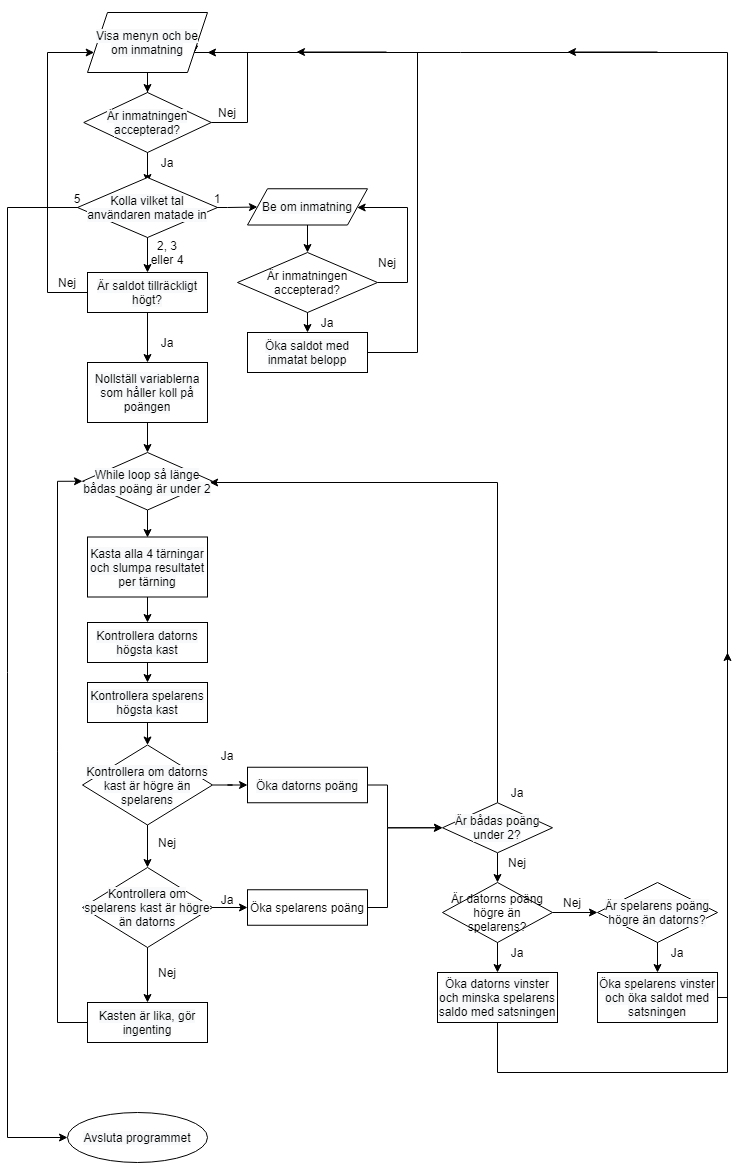
Before: Inlämningsuppgift 1/Flödesdiagram.png, a diagram exported from draw.io (Sam-mariehamn/IT120G). Source tidied: cells renumbered, new cells last; positions are measured from the earlier drawing's top-left corner, leaving out a move shared by most shapes.
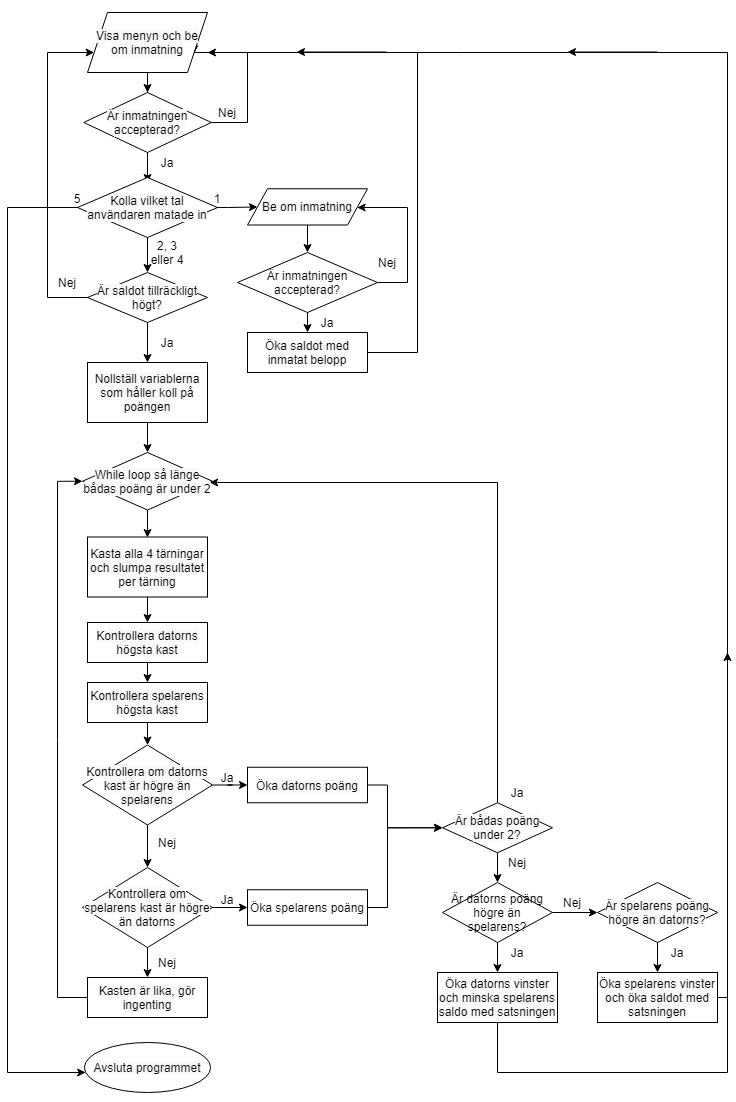
Above is the later version.

Diff of the diagram source:
```diff
@@ -39,7 +39,7 @@
         <mxPoint x="80" y="195" as="sourcePoint" />
         <Array as="points">
           <mxPoint y="195" />
-          <mxPoint y="1125" />
+          <mxPoint y="1060" />
         </Array>
       </mxGeometry>
     </mxCell>
@@ -49,17 +49,17 @@
     <mxCell id="9" value="Nej" style="text;html=1;strokeColor=none;fillColor=none;align=center;verticalAlign=middle;whiteSpace=wrap;rounded=0;" parent="1" vertex="1">
       <mxGeometry x="200" y="90" width="40" height="20" as="geometry" />
     </mxCell>
-    <mxCell id="10" style="edgeStyle=orthogonalEdgeStyle;rounded=0;jettySize=auto;html=1;" parent="1" edge="1" target="50">
+    <mxCell id="10" style="edgeStyle=orthogonalEdgeStyle;rounded=0;jettySize=auto;html=1;" parent="1" edge="1" source="57" target="50">
       <mxGeometry relative="1" as="geometry">
-        <mxPoint x="80" y="280" as="sourcePoint" />
         <Array as="points">
-          <mxPoint x="40" y="280" />
+          <mxPoint x="40" y="285" />
           <mxPoint x="40" y="40" />
         </Array>
       </mxGeometry>
     </mxCell>
-    <mxCell id="11" style="edgeStyle=orthogonalEdgeStyle;rounded=0;jettySize=auto;html=1;exitX=0.5;exitY=1;exitDx=0;exitDy=0;" parent="1" edge="1" source="57">
+    <mxCell id="11" style="edgeStyle=orthogonalEdgeStyle;rounded=0;orthogonalLoop=1;jettySize=auto;html=1;exitX=0.5;exitY=1;exitDx=0;exitDy=0;" parent="1" edge="1">
       <mxGeometry relative="1" as="geometry">
+        <mxPoint x="140" y="300" as="sourcePoint" />
         <mxPoint x="140" y="350" as="targetPoint" />
       </mxGeometry>
     </mxCell>
@@ -154,7 +154,7 @@
       </mxGeometry>
     </mxCell>
     <mxCell id="29" value="Ja" style="text;html=1;strokeColor=none;fillColor=none;align=center;verticalAlign=middle;whiteSpace=wrap;rounded=0;" parent="1" vertex="1">
-      <mxGeometry x="200" y="732.5" width="40" height="20" as="geometry" />
+      <mxGeometry x="200" y="754.8" width="40" height="20" as="geometry" />
     </mxCell>
     <mxCell id="30" style="edgeStyle=orthogonalEdgeStyle;rounded=0;jettySize=auto;html=1;entryX=0;entryY=0.5;entryDx=0;entryDy=0;" parent="1" edge="1" target="72">
       <mxGeometry relative="1" as="geometry">
@@ -168,11 +168,10 @@
     <mxCell id="31" value="Ja" style="text;html=1;strokeColor=none;fillColor=none;align=center;verticalAlign=middle;whiteSpace=wrap;rounded=0;" parent="1" vertex="1">
       <mxGeometry x="200" y="877.2" width="40" height="20" as="geometry" />
     </mxCell>
-    <mxCell id="32" style="edgeStyle=orthogonalEdgeStyle;rounded=0;jettySize=auto;html=1;entryX=0;entryY=0.5;entryDx=0;entryDy=0;" parent="1" edge="1" target="60">
+    <mxCell id="32" style="edgeStyle=orthogonalEdgeStyle;rounded=0;jettySize=auto;html=1;entryX=0;entryY=0.5;entryDx=0;entryDy=0;" parent="1" edge="1" source="70" target="60">
       <mxGeometry relative="1" as="geometry">
-        <mxPoint x="80" y="1010" as="sourcePoint" />
         <Array as="points">
-          <mxPoint x="50" y="1010" />
+          <mxPoint x="50" y="985" />
           <mxPoint x="50" y="469" />
         </Array>
       </mxGeometry>
@@ -181,7 +180,7 @@
       <mxGeometry x="140" y="820" width="40" height="20" as="geometry" />
     </mxCell>
     <mxCell id="34" value="Nej" style="text;html=1;strokeColor=none;fillColor=none;align=center;verticalAlign=middle;whiteSpace=wrap;rounded=0;" parent="1" vertex="1">
-      <mxGeometry x="140" y="950" width="40" height="20" as="geometry" />
+      <mxGeometry x="140" y="940" width="40" height="20" as="geometry" />
     </mxCell>
     <mxCell id="35" style="edgeStyle=orthogonalEdgeStyle;rounded=0;jettySize=auto;html=1;" parent="1" edge="1" source="72" target="60">
       <mxGeometry relative="1" as="geometry">
@@ -281,9 +280,6 @@
     <mxCell id="56" value="&#10;&#10;&lt;span style=&quot;color: rgb(0, 0, 0); font-family: helvetica; font-size: 12px; font-style: normal; font-weight: 400; letter-spacing: normal; text-align: center; text-indent: 0px; text-transform: none; word-spacing: 0px; background-color: rgb(248, 249, 250); display: inline; float: none;&quot;&gt;Öka saldot med inmatat belopp&lt;/span&gt;&#10;&#10;" style="rounded=0;whiteSpace=wrap;html=1;" parent="1" vertex="1">
       <mxGeometry x="240" y="320" width="120" height="40" as="geometry" />
     </mxCell>
-    <mxCell id="57" value="&#10;&#10;&lt;span style=&quot;color: rgb(0, 0, 0); font-family: helvetica; font-size: 12px; font-style: normal; font-weight: 400; letter-spacing: normal; text-align: center; text-indent: 0px; text-transform: none; word-spacing: 0px; background-color: rgb(248, 249, 250); display: inline; float: none;&quot;&gt;Är saldot tillräckligt högt?&lt;/span&gt;&#10;&#10;" style="rounded=0;whiteSpace=wrap;html=1;" parent="1" vertex="1">
-      <mxGeometry x="80" y="260" width="120" height="40" as="geometry" />
-    </mxCell>
     <mxCell id="58" style="edgeStyle=orthogonalEdgeStyle;rounded=0;jettySize=auto;html=1;" parent="1" edge="1" source="59" target="60">
       <mxGeometry relative="1" as="geometry" />
     </mxCell>
@@ -309,7 +305,7 @@
       <mxGeometry x="75" y="732.5" width="130" height="80" as="geometry" />
     </mxCell>
     <mxCell id="66" value="&#10;&#10;&lt;span style=&quot;color: rgb(0, 0, 0); font-family: helvetica; font-size: 12px; font-style: normal; font-weight: 400; letter-spacing: normal; text-align: center; text-indent: 0px; text-transform: none; word-spacing: 0px; background-color: rgb(248, 249, 250); display: inline; float: none;&quot;&gt;Avsluta programmet&lt;/span&gt;&#10;&#10;" style="ellipse;whiteSpace=wrap;html=1;" parent="1" vertex="1">
-      <mxGeometry x="60" y="1100" width="140" height="50" as="geometry" />
+      <mxGeometry x="76.9" y="1030" width="126.2" height="50" as="geometry" />
     </mxCell>
     <mxCell id="67" value="&#10;&#10;&lt;span style=&quot;color: rgb(0, 0, 0); font-family: helvetica; font-size: 12px; font-style: normal; font-weight: 400; letter-spacing: normal; text-align: center; text-indent: 0px; text-transform: none; word-spacing: 0px; background-color: rgb(248, 249, 250); display: inline; float: none;&quot;&gt;Öka datorns poäng&lt;/span&gt;&#10;&#10;" style="rounded=0;whiteSpace=wrap;html=1;" parent="1" vertex="1">
       <mxGeometry x="240" y="754.8" width="120" height="35.5" as="geometry" />
@@ -321,7 +317,7 @@
       <mxGeometry x="75" y="855" width="130" height="80" as="geometry" />
     </mxCell>
     <mxCell id="70" value="&#10;&#10;&lt;span style=&quot;color: rgb(0, 0, 0); font-family: helvetica; font-size: 12px; font-style: normal; font-weight: 400; letter-spacing: normal; text-align: center; text-indent: 0px; text-transform: none; word-spacing: 0px; background-color: rgb(248, 249, 250); display: inline; float: none;&quot;&gt;Kasten är lika, gör ingenting&lt;/span&gt;&#10;&#10;" style="rounded=0;whiteSpace=wrap;html=1;" parent="1" vertex="1">
-      <mxGeometry x="80" y="990" width="120" height="40" as="geometry" />
+      <mxGeometry x="80" y="965" width="120" height="40" as="geometry" />
     </mxCell>
     <mxCell id="71" style="edgeStyle=orthogonalEdgeStyle;rounded=0;jettySize=auto;html=1;" parent="1" edge="1" source="72" target="73">
       <mxGeometry relative="1" as="geometry" />
@@ -341,5 +337,8 @@
     <mxCell id="76" value="&lt;span style=&quot;color: rgb(0 , 0 , 0) ; font-family: &amp;#34;helvetica&amp;#34; ; font-size: 12px ; font-style: normal ; font-weight: 400 ; letter-spacing: normal ; text-align: center ; text-indent: 0px ; text-transform: none ; word-spacing: 0px ; background-color: rgb(248 , 249 , 250) ; display: inline ; float: none&quot;&gt;Är spelarens poäng högre än datorns?&lt;/span&gt;" style="rhombus;whiteSpace=wrap;html=1;" parent="1" vertex="1">
       <mxGeometry x="590" y="870" width="120" height="60" as="geometry" />
     </mxCell>
+    <mxCell id="57" value="&lt;span style=&quot;color: rgb(0 , 0 , 0) ; font-size: 12px ; font-style: normal ; font-weight: 400 ; letter-spacing: normal ; text-align: center ; text-indent: 0px ; text-transform: none ; word-spacing: 0px ; font-family: &amp;#34;helvetica&amp;#34; ; background-color: rgb(248 , 249 , 250) ; display: inline ; float: none&quot;&gt;Är saldot tillräckligt högt?&lt;/span&gt;" style="rhombus;whiteSpace=wrap;html=1;" parent="1" vertex="1">
+      <mxGeometry x="80" y="260" width="120" height="50" as="geometry" />
+    </mxCell>
   </root>
 </mxGraphModel>
```
